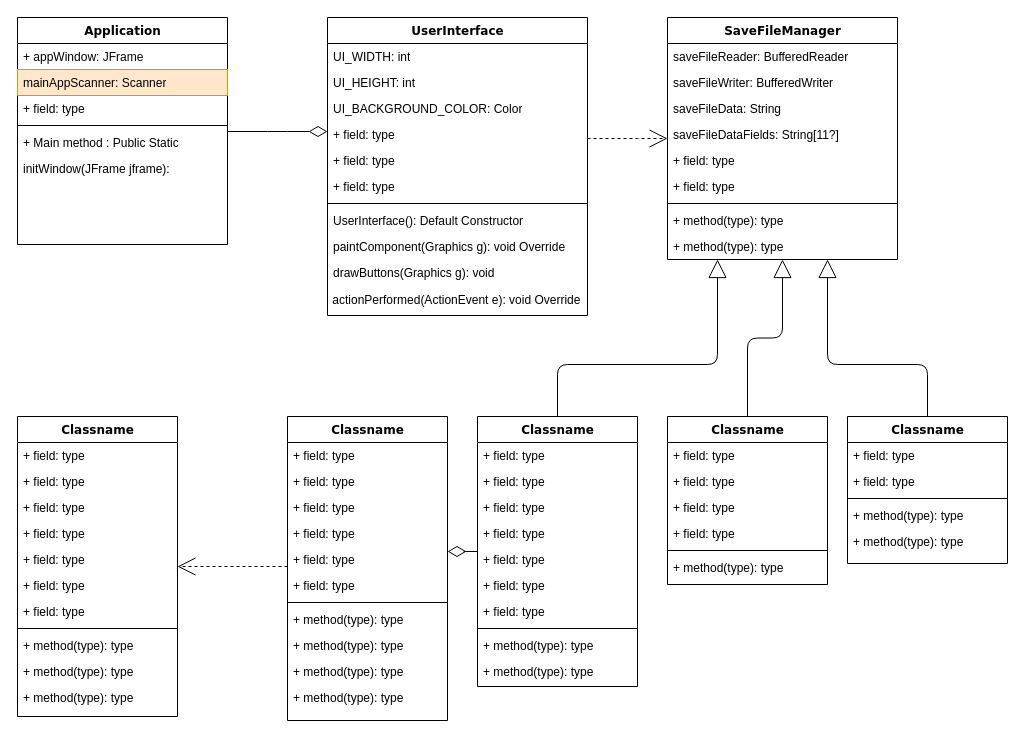
Bevans13/personal_projects keeps this draw.io diagram as Untitled Diagram.drawio. Above is the earlier version. Source tidied: cells renumbered, new cells numbered last; positions are measured from the earlier drawing's top-left corner, leaving out a move shared by most shapes. Both pictures are drawn from the tidied source at 100%, with x=0, y=0 at pixel (17, 17).
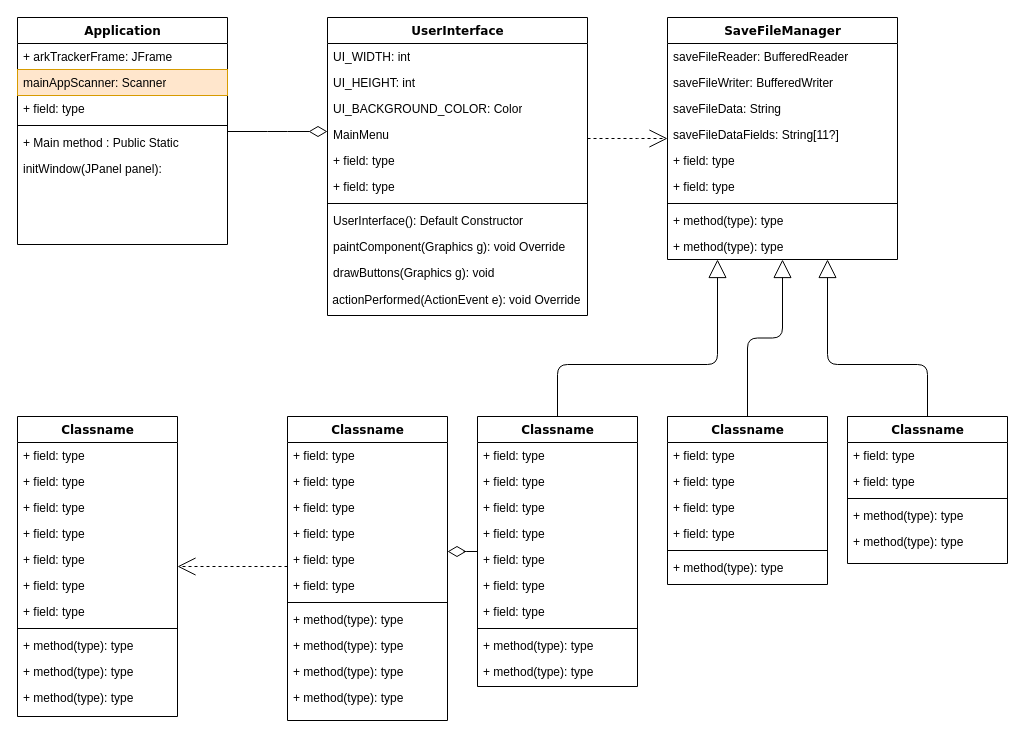
The same diagram, later.

The change refers to these unchanged cells:
```xml
<mxCell id="2" value="Application" style="swimlane;html=1;fontStyle=1;align=center;verticalAlign=top;horizontal=1;startSize=26;swimlaneFillColor=#ffffff;rounded=0;shadow=0;comic=0;labelBackgroundColor=none;strokeWidth=1;fillColor=none;fontFamily=Verdana;fontSize=12;" parent="1" vertex="1">
  <mxGeometry width="210" height="227" as="geometry" />
</mxCell>
<mxCell id="10" value="UserInterface" style="swimlane;html=1;fontStyle=1;align=center;verticalAlign=top;horizontal=1;startSize=26;swimlaneFillColor=#ffffff;rounded=0;shadow=0;comic=0;labelBackgroundColor=none;strokeWidth=1;fillColor=none;fontFamily=Verdana;fontSize=12;" parent="1" vertex="1">
  <mxGeometry x="310" width="260" height="298" as="geometry" />
</mxCell>
```

Change to the diagram source:
```diff
@@
-    <mxCell id="3" value="+ appWindow: JFrame" style="text;html=1;strokeColor=none;fillColor=none;align=left;verticalAlign=top;spacingLeft=4;spacingRight=4;whiteSpace=wrap;overflow=hidden;" parent="2" vertex="1">
+    <mxCell id="3" value="+ arkTrackerFrame: JFrame" style="text;html=1;strokeColor=none;fillColor=none;align=left;verticalAlign=top;spacingLeft=4;spacingRight=4;whiteSpace=wrap;overflow=hidden;" parent="2" vertex="1">
       <mxGeometry y="26" width="210" height="26" as="geometry" />
     </mxCell>
@@
-    <mxCell id="8" value="initWindow(JFrame jframe):&amp;nbsp;" style="text;html=1;strokeColor=none;fillColor=none;align=left;verticalAlign=top;spacingLeft=4;spacingRight=4;whiteSpace=wrap;overflow=hidden;" parent="2" vertex="1">
+    <mxCell id="8" value="initWindow(JPanel panel):&amp;nbsp;" style="text;html=1;strokeColor=none;fillColor=none;align=left;verticalAlign=top;spacingLeft=4;spacingRight=4;whiteSpace=wrap;overflow=hidden;" parent="2" vertex="1">
       <mxGeometry y="138" width="210" height="26" as="geometry" />
     </mxCell>
@@
-    <mxCell id="14" value="+ field: type" style="text;html=1;strokeColor=none;fillColor=none;align=left;verticalAlign=top;spacingLeft=4;spacingRight=4;whiteSpace=wrap;overflow=hidden;" parent="10" vertex="1">
+    <mxCell id="14" value="MainMenu" style="text;html=1;strokeColor=none;fillColor=none;align=left;verticalAlign=top;spacingLeft=4;spacingRight=4;whiteSpace=wrap;overflow=hidden;" parent="10" vertex="1">
       <mxGeometry y="104" width="260" height="26" as="geometry" />
     </mxCell>
```
